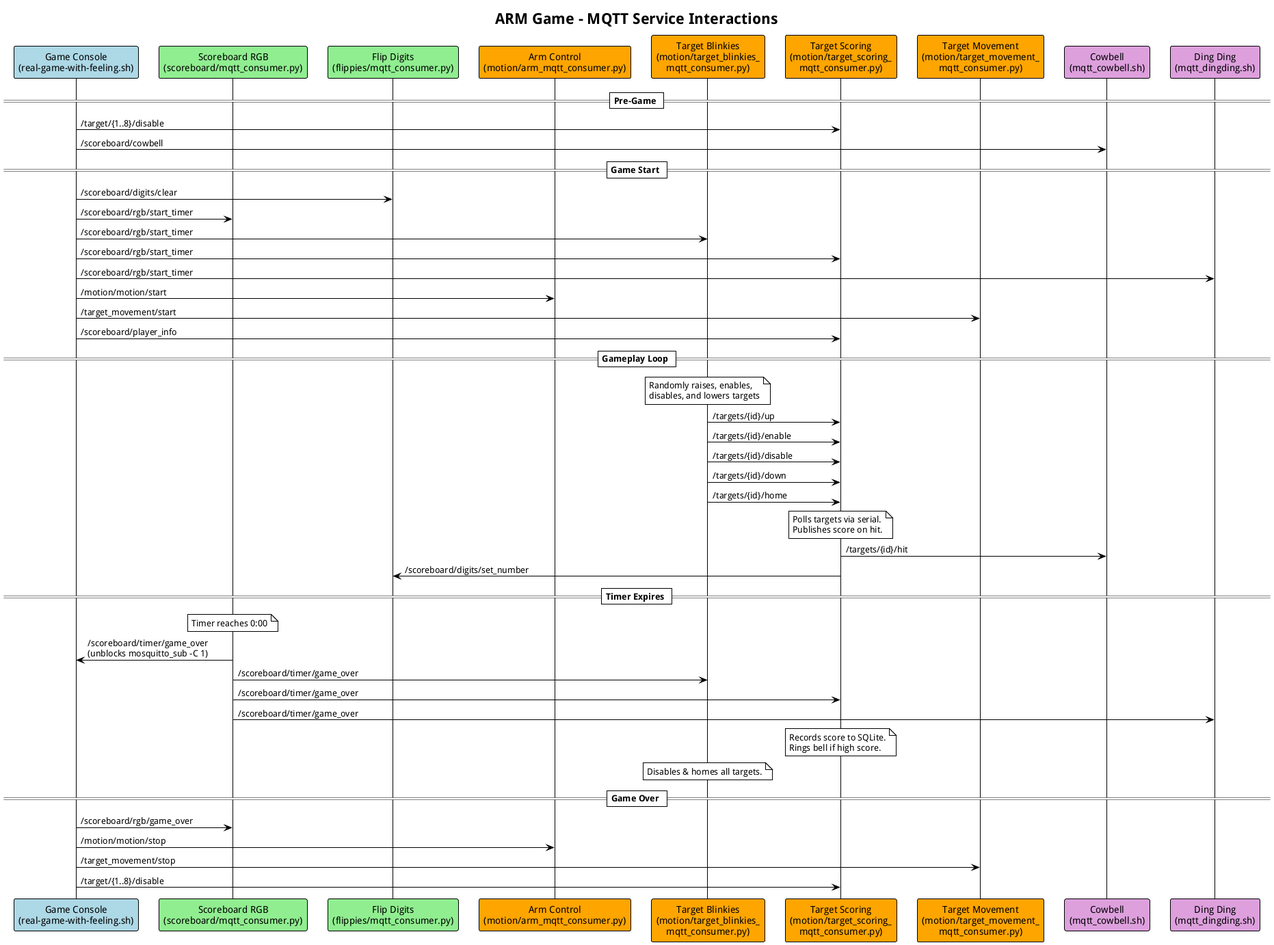
The PlantUML diagram docs/MQTT Service Architecture.png in PawprintPrototyping/arm-game, before a commit.
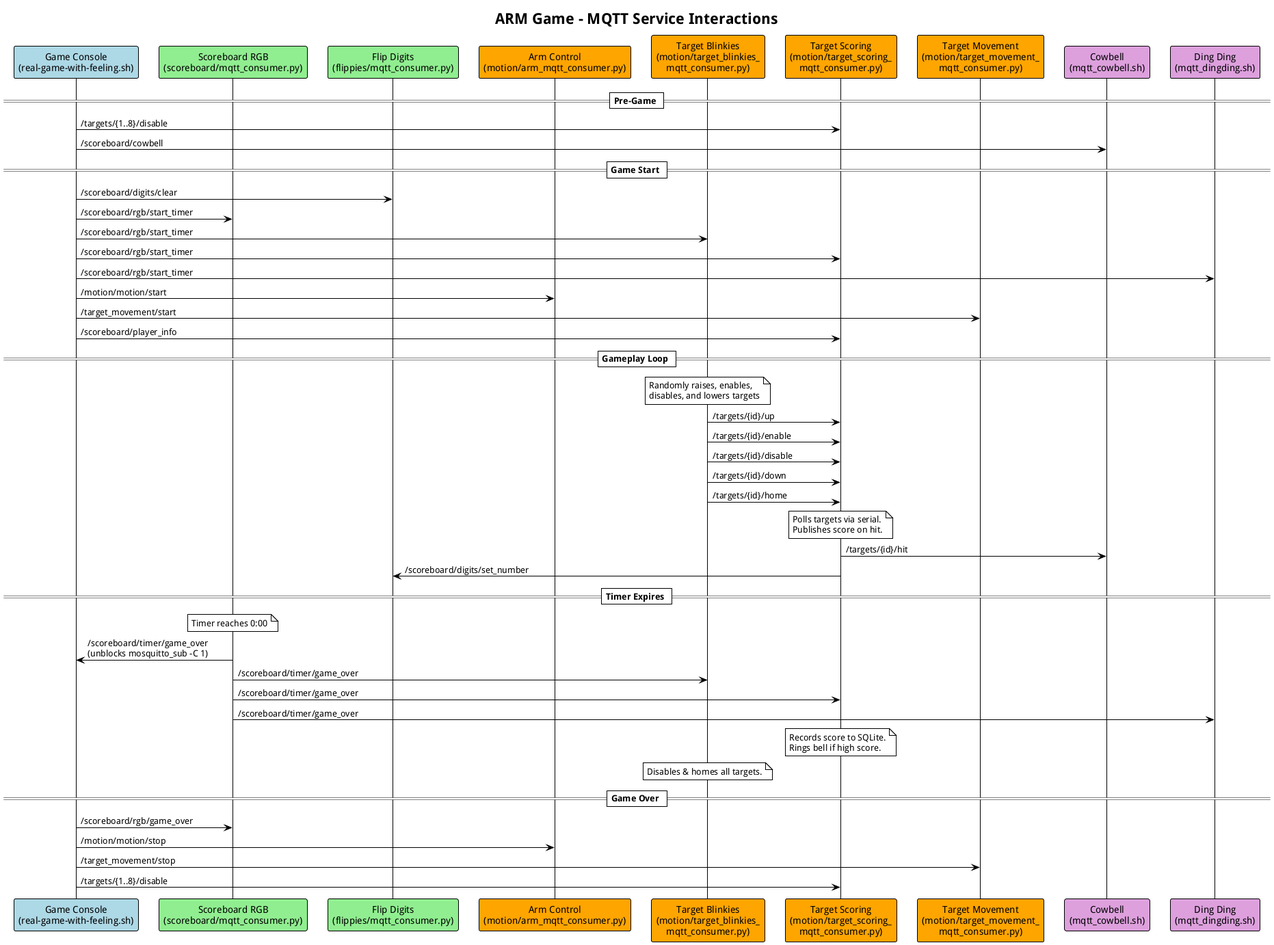
After the change.

Commit message:
Generate PNGs for PlantUML diagrams

Change to the diagram source:
```diff
@@ -14,7 +14,7 @@
 
 == Pre-Game ==
 
-Game -> Scoring : /target/{1..8}/disable
+Game -> Scoring : /targets/{1..8}/disable
 Game -> Cowbell : /scoreboard/cowbell
 
 == Game Start ==
@@ -64,6 +64,6 @@
 Game -> ScoreboardRGB : /scoreboard/rgb/game_over
 Game -> Arm : /motion/motion/stop
 Game -> Movement : /target_movement/stop
-Game -> Scoring : /target/{1..8}/disable
+Game -> Scoring : /targets/{1..8}/disable
 
 @enduml
```
